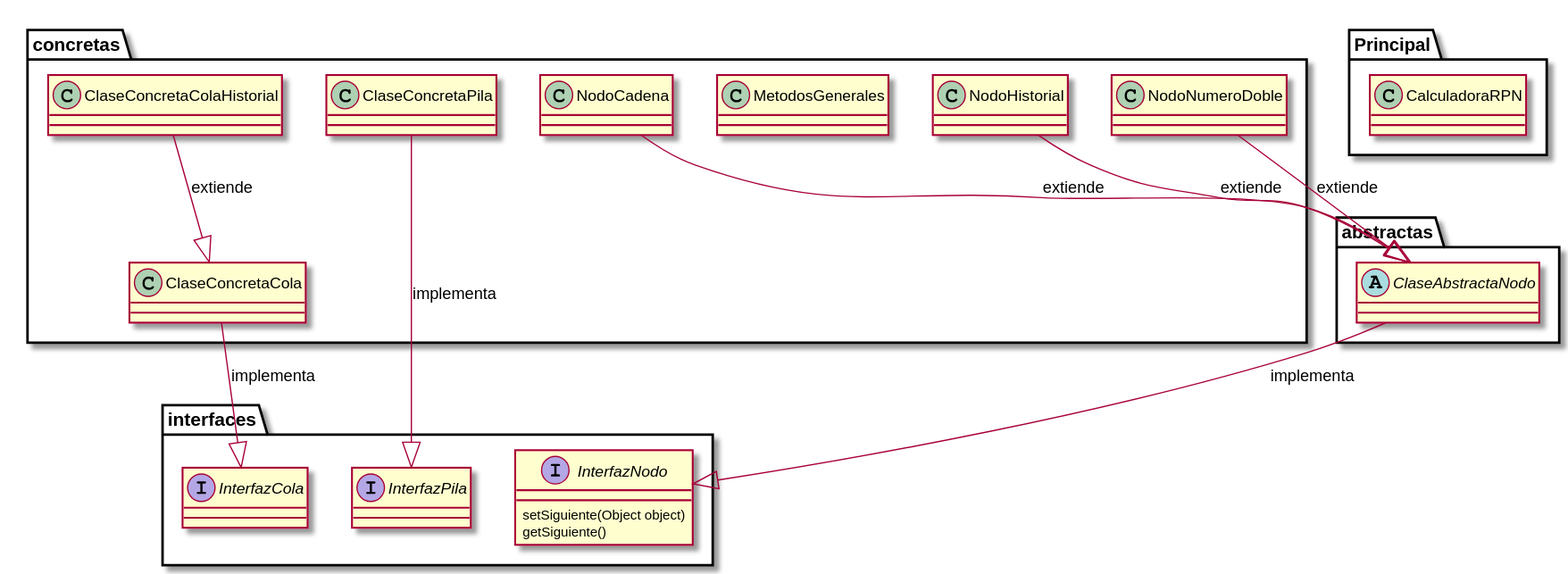
The PlantUML diagram DiagramaUML.svg in cbl3685/Calculadora, before a commit.
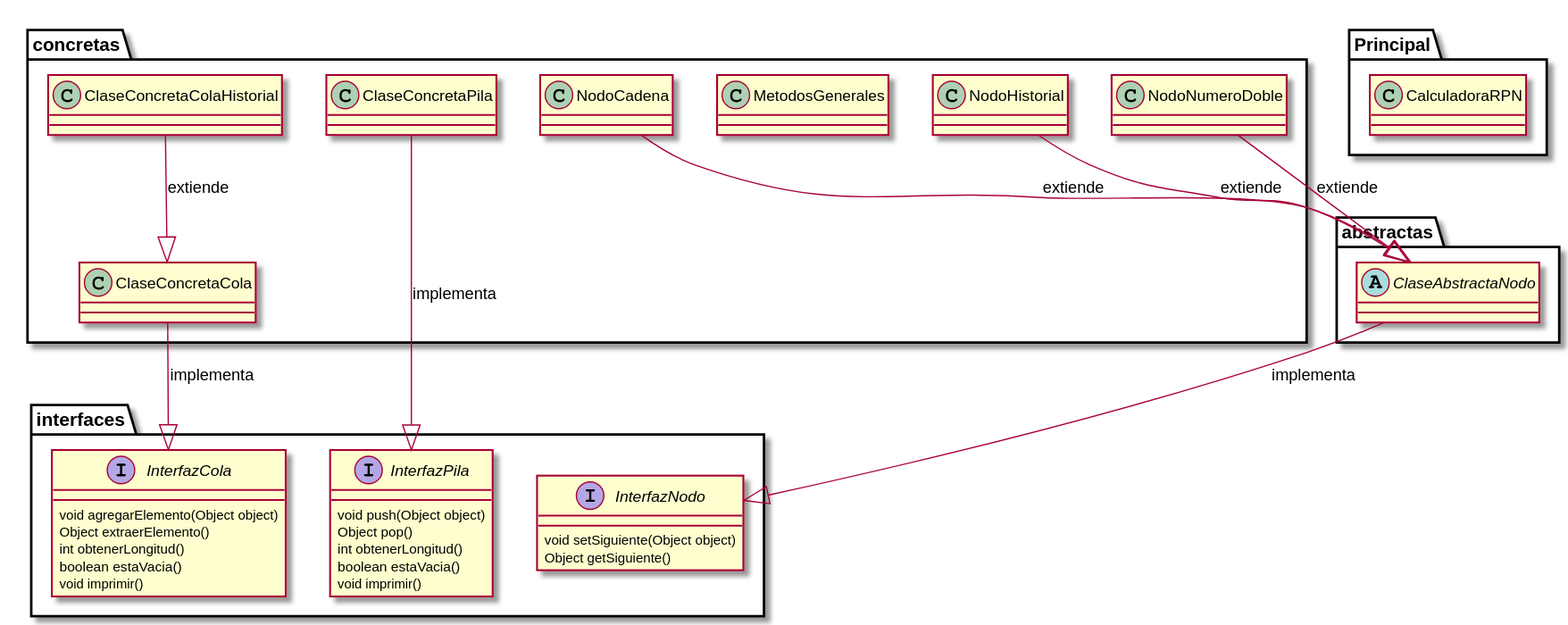
The same diagram one commit later.

Commit message:
Actualizar Readme y Diagrama UML

Diff of the diagram source:
```diff
@@ -8,12 +8,25 @@
 class concretas.NodoCadena
 class concretas.NodoHistorial
 class concretas.NodoNumeroDoble
-interface interfaces.InterfazCola
-interface interfaces.InterfazNodo
-interface interfaces.InterfazPila
+interface interfaces.InterfazCola{
+    void agregarElemento(Object object)
+    Object extraerElemento()
+    int obtenerLongitud()
+    boolean estaVacia()
+    void imprimir()
+}
+interface interfaces.InterfazNodo{
+    void setSiguiente(Object object)
+    Object getSiguiente()
+}
+interface interfaces.InterfazPila{
+    void push(Object object)
+    Object pop()
+    int obtenerLongitud()
+    boolean estaVacia()
+    void imprimir()
+}
 abstractas.ClaseAbstractaNodo --|> interfaces.InterfazNodo : implementa
-interfaces.InterfazNodo : setSiguiente(Object object)
-interfaces.InterfazNodo : getSiguiente()
 concretas.ClaseConcretaCola --|> interfaces.InterfazCola : implementa
 concretas.ClaseConcretaColaHistorial --|> concretas.ClaseConcretaCola : extiende
 concretas.ClaseConcretaPila --|> interfaces.InterfazPila : implementa
```
